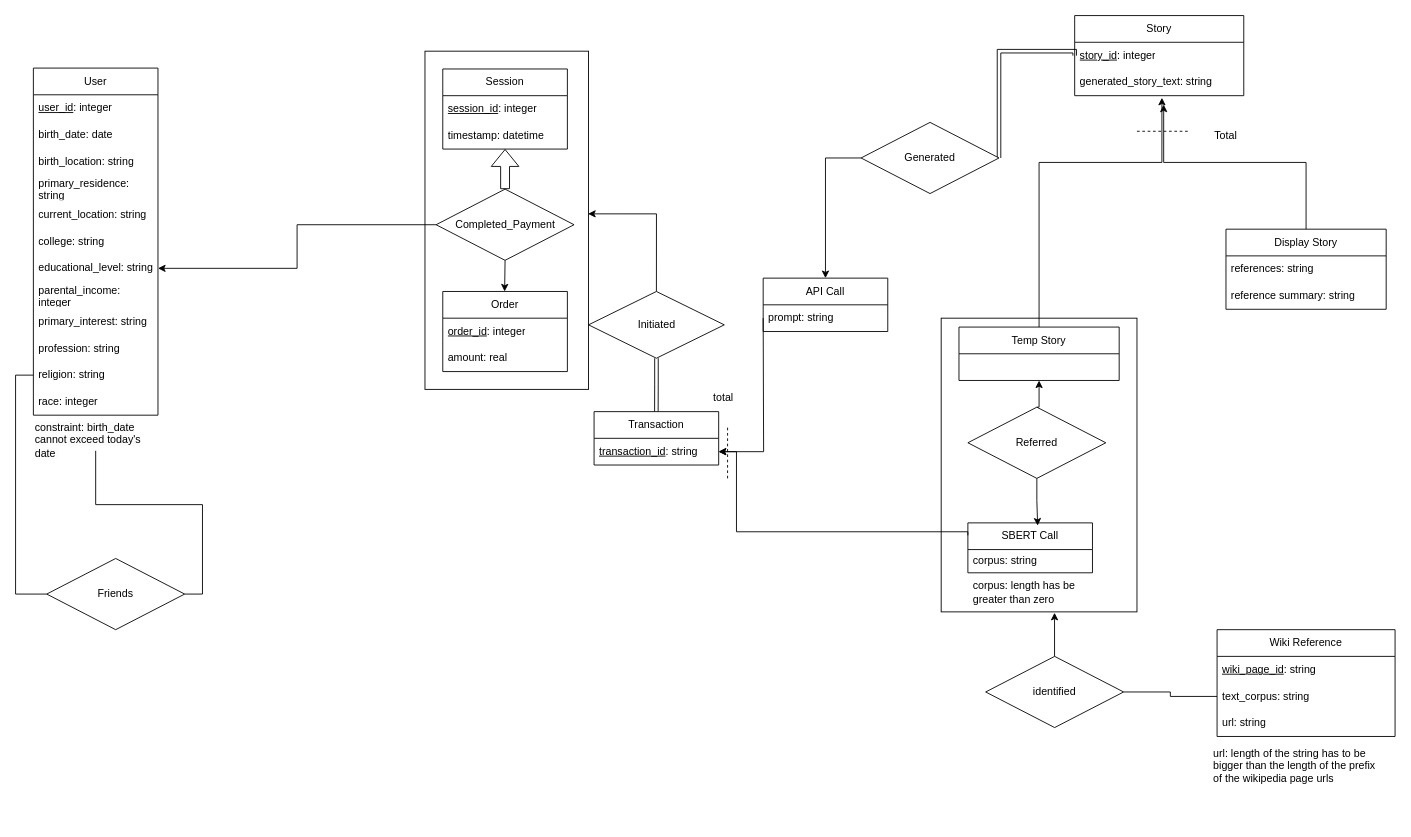
Before: er_diagram.drawio in jiajiabinx/IChing, a draw.io diagram. Source tidied: cells renumbered, new cells numbered last; positions are measured from the earlier drawing's top-left corner, leaving out a move shared by most shapes. Both pictures are drawn from the tidied source at 89%, with x=0, y=0 at pixel (33, 15).
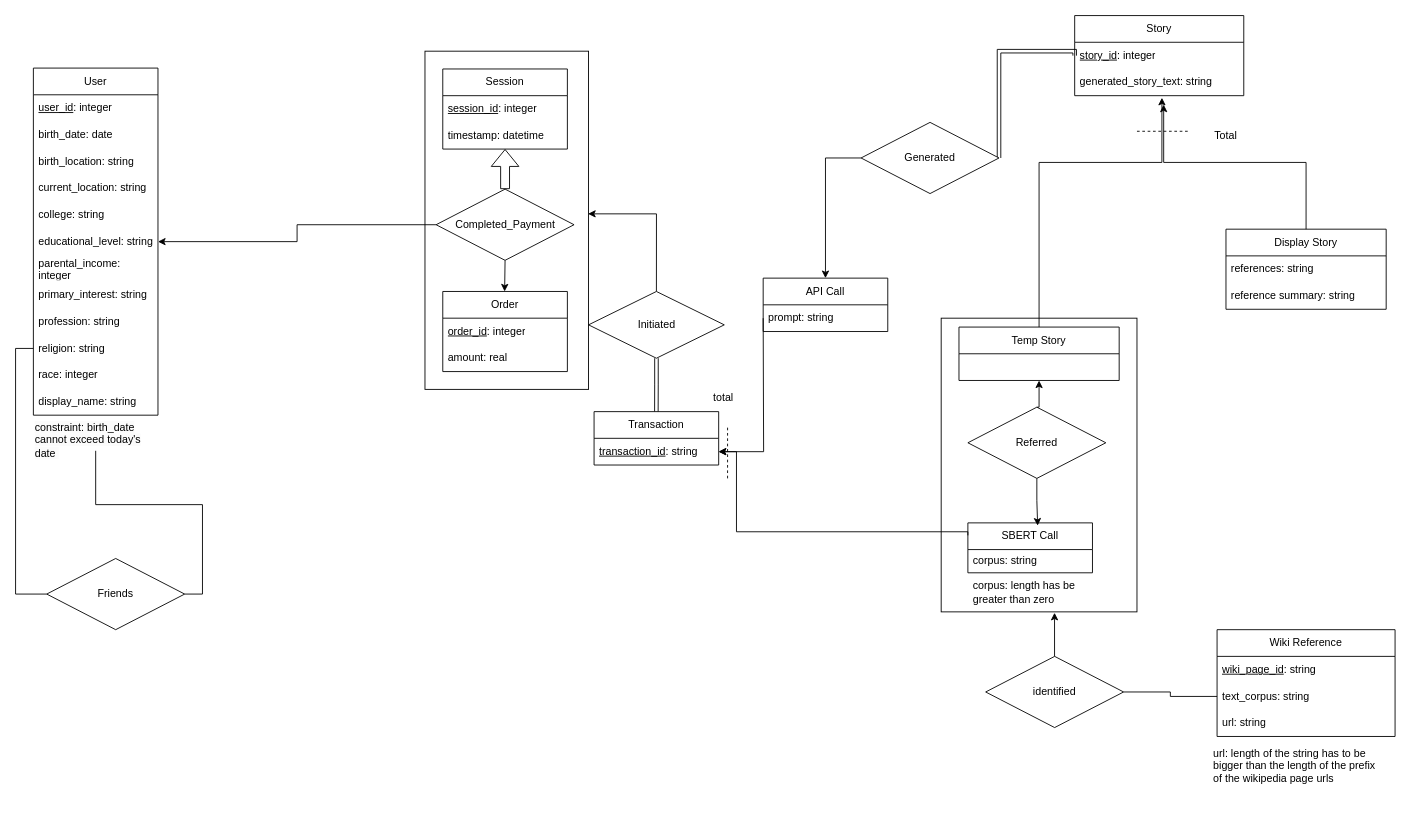
After the change.

Unchanged cells that the change refers to:
```xml
<mxCell id="43" value="corpus: string" style="text;strokeColor=none;fillColor=none;align=left;verticalAlign=middle;spacingLeft=4;spacingRight=4;overflow=hidden;points=[[0,0.5],[1,0.5]];portConstraint=eastwest;whiteSpace=wrap;html=1;" parent="42" vertex="1">
  <mxGeometry y="30" width="140" height="26.1" as="geometry" />
</mxCell>
<mxCell id="50" value="User" style="swimlane;fontStyle=0;horizontal=1;startSize=30;whiteSpace=wrap;html=1;" parent="49" vertex="1">
  <mxGeometry width="140" height="390" as="geometry" />
</mxCell>
```

Diff of the diagram source:
```diff
@@
     <mxCell id="2" style="edgeStyle=orthogonalEdgeStyle;rounded=0;jettySize=auto;html=1;exitX=0;exitY=0.5;exitDx=0;exitDy=0;entryX=0.997;entryY=0.012;entryDx=0;entryDy=0;entryPerimeter=0;" parent="1" edge="1" target="43">
       <mxGeometry relative="1" as="geometry">
         <Array as="points">
-          <mxPoint x="980" y="654" />
-          <mxPoint x="960" y="654" />
+          <mxPoint x="980" y="634" />
+          <mxPoint x="960" y="634" />
         </Array>
       </mxGeometry>
     </mxCell>
@@
-    <mxCell id="54" value="primary_residence: string" style="text;strokeColor=none;fillColor=none;align=left;verticalAlign=middle;spacingLeft=4;spacingRight=4;overflow=hidden;whiteSpace=wrap;html=1;" parent="50" vertex="1">
-      <mxGeometry y="120" width="140" height="30" as="geometry" />
-    </mxCell>
     <mxCell id="55" value="current_location: string" style="text;strokeColor=none;fillColor=none;align=left;verticalAlign=middle;spacingLeft=4;spacingRight=4;overflow=hidden;whiteSpace=wrap;html=1;" parent="50" vertex="1">
-      <mxGeometry y="150" width="140" height="30" as="geometry" />
+      <mxGeometry y="120" width="140" height="30" as="geometry" />
     </mxCell>
     <mxCell id="56" value="college: string" style="text;strokeColor=none;fillColor=none;align=left;verticalAlign=middle;spacingLeft=4;spacingRight=4;overflow=hidden;whiteSpace=wrap;html=1;" parent="50" vertex="1">
-      <mxGeometry y="180" width="140" height="30" as="geometry" />
+      <mxGeometry y="150" width="140" height="30" as="geometry" />
     </mxCell>
     <mxCell id="57" value="educational_level: string" style="text;strokeColor=none;fillColor=none;align=left;verticalAlign=middle;spacingLeft=4;spacingRight=4;overflow=hidden;points=[[0,0.5],[1,0.5]];portConstraint=eastwest;whiteSpace=wrap;html=1;" parent="50" vertex="1">
-      <mxGeometry y="210" width="140" height="30" as="geometry" />
+      <mxGeometry y="180" width="140" height="30" as="geometry" />
     </mxCell>
     <mxCell id="58" value="parental_income: integer" style="text;strokeColor=none;fillColor=none;align=left;verticalAlign=middle;spacingLeft=4;spacingRight=4;overflow=hidden;whiteSpace=wrap;html=1;" parent="50" vertex="1">
-      <mxGeometry y="240" width="140" height="30" as="geometry" />
+      <mxGeometry y="210" width="140" height="30" as="geometry" />
     </mxCell>
     <mxCell id="59" value="primary_interest: string" style="text;strokeColor=none;fillColor=none;align=left;verticalAlign=middle;spacingLeft=4;spacingRight=4;overflow=hidden;whiteSpace=wrap;html=1;" parent="50" vertex="1">
-      <mxGeometry y="270" width="140" height="30" as="geometry" />
+      <mxGeometry y="240" width="140" height="30" as="geometry" />
     </mxCell>
     <mxCell id="60" value="profession: string" style="text;strokeColor=none;fillColor=none;align=left;verticalAlign=middle;spacingLeft=4;spacingRight=4;overflow=hidden;whiteSpace=wrap;html=1;" parent="50" vertex="1">
-      <mxGeometry y="300" width="140" height="30" as="geometry" />
+      <mxGeometry y="270" width="140" height="30" as="geometry" />
     </mxCell>
     <mxCell id="61" value="religion: string" style="text;strokeColor=none;fillColor=none;align=left;verticalAlign=middle;spacingLeft=4;spacingRight=4;overflow=hidden;points=[[0,0.5],[1,0.5]];portConstraint=eastwest;whiteSpace=wrap;html=1;" parent="50" vertex="1">
-      <mxGeometry y="330" width="140" height="30" as="geometry" />
+      <mxGeometry y="300" width="140" height="30" as="geometry" />
     </mxCell>
     <mxCell id="62" value="race: integer" style="text;strokeColor=none;fillColor=none;align=left;verticalAlign=middle;spacingLeft=4;spacingRight=4;overflow=hidden;whiteSpace=wrap;html=1;" parent="50" vertex="1">
-      <mxGeometry y="360" width="140" height="30" as="geometry" />
+      <mxGeometry y="330" width="140" height="30" as="geometry" />
     </mxCell>
+    <mxCell id="76" value="display_name: string" style="text;strokeColor=none;fillColor=none;align=left;verticalAlign=middle;spacingLeft=4;spacingRight=4;overflow=hidden;whiteSpace=wrap;html=1;" parent="50" vertex="1">
+      <mxGeometry y="360" width="140" height="30" as="geometry" />
+    </mxCell>
```
